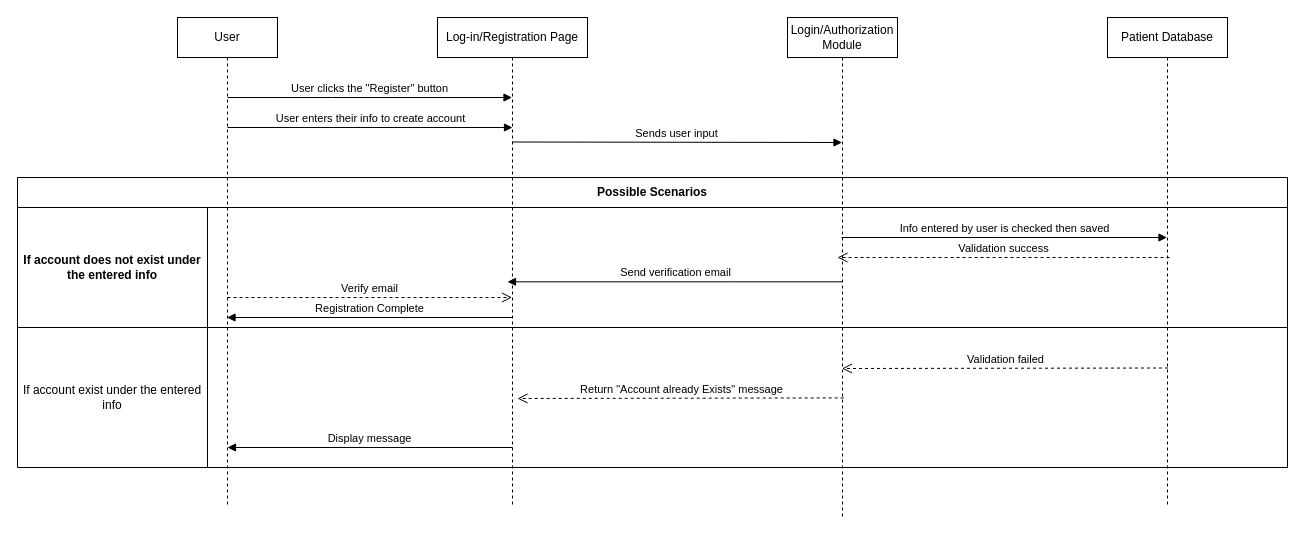
Before: Registration-Sequence-Diagram.drawio in uvic-teach/project-m1-team8, a draw.io diagram. Source tidied: cells renumbered, new cells numbered last; positions are measured from the earlier drawing's top-left corner, leaving out a move shared by most shapes. Both pictures are drawn from the tidied source at 100%, with x=0, y=0 at pixel (17, 17).
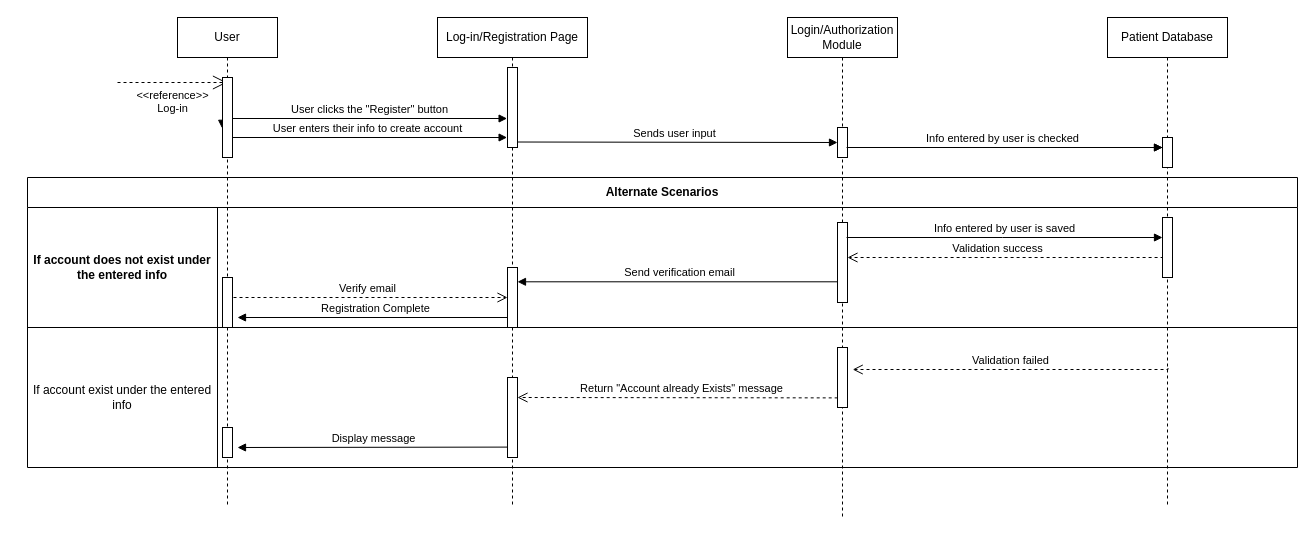
The same page after the edit.

Unchanged cells that the change refers to:
```xml
<mxCell id="9" value="User" style="shape=umlLifeline;perimeter=lifelinePerimeter;whiteSpace=wrap;html=1;outlineConnect=0;portConstraint=eastwest;newEdgeStyle={&quot;edgeStyle&quot;:&quot;elbowEdgeStyle&quot;,&quot;elbow&quot;:&quot;vertical&quot;,&quot;curved&quot;:0,&quot;rounded&quot;:0};" parent="1" vertex="1">
  <mxGeometry x="160" width="100" height="490" as="geometry" />
</mxCell>
<mxCell id="10" value="Patient Database" style="shape=umlLifeline;perimeter=lifelinePerimeter;whiteSpace=wrap;html=1;outlineConnect=0;portConstraint=eastwest;newEdgeStyle={&quot;edgeStyle&quot;:&quot;elbowEdgeStyle&quot;,&quot;elbow&quot;:&quot;vertical&quot;,&quot;curved&quot;:0,&quot;rounded&quot;:0};" parent="1" vertex="1">
  <mxGeometry x="1090" width="120" height="490" as="geometry" />
</mxCell>
<mxCell id="12" value="Log-in/Registration Page" style="shape=umlLifeline;perimeter=lifelinePerimeter;whiteSpace=wrap;html=1;outlineConnect=0;portConstraint=eastwest;newEdgeStyle={&quot;edgeStyle&quot;:&quot;elbowEdgeStyle&quot;,&quot;elbow&quot;:&quot;vertical&quot;,&quot;curved&quot;:0,&quot;rounded&quot;:0};" parent="1" vertex="1">
  <mxGeometry x="420" width="150" height="490" as="geometry" />
</mxCell>
<mxCell id="13" value="Login/Authorization Module" style="shape=umlLifeline;perimeter=lifelinePerimeter;whiteSpace=wrap;html=1;outlineConnect=0;portConstraint=eastwest;newEdgeStyle={&quot;edgeStyle&quot;:&quot;elbowEdgeStyle&quot;,&quot;elbow&quot;:&quot;vertical&quot;,&quot;curved&quot;:0,&quot;rounded&quot;:0};" parent="1" vertex="1">
  <mxGeometry x="770" width="110" height="500" as="geometry" />
</mxCell>
```

Diff of the diagram source:
```diff
@@
-    <mxCell id="2" value="Possible Scenarios" style="shape=table;startSize=30;childLayout=tableLayout;rowLines=0;fontStyle=1;align=center;html=1;whiteSpace=wrap;" parent="1" vertex="1">
-      <mxGeometry y="160" width="1270" height="290" as="geometry" />
+    <mxCell id="2" value="Alternate Scenarios" style="shape=table;startSize=30;childLayout=tableLayout;rowLines=0;fontStyle=1;align=center;html=1;whiteSpace=wrap;" parent="1" vertex="1">
+      <mxGeometry x="10" y="160" width="1270" height="290" as="geometry" />
     </mxCell>
@@
-    <mxCell id="11" value="User clicks the &quot;Register&quot; button" style="html=1;verticalAlign=bottom;endArrow=block;edgeStyle=elbowEdgeStyle;elbow=vertical;curved=0;rounded=0;" parent="1" edge="1" target="12">
-      <mxGeometry relative="1" as="geometry">
-        <mxPoint x="210" y="80" as="sourcePoint" />
-      </mxGeometry>
+    <mxCell id="11" value="User clicks the &quot;Register&quot; button" style="html=1;verticalAlign=bottom;endArrow=block;edgeStyle=elbowEdgeStyle;elbow=vertical;curved=0;rounded=0;entryX=-0.04;entryY=0.635;entryDx=0;entryDy=0;entryPerimeter=0;" parent="1" edge="1" source="34" target="24">
+      <mxGeometry relative="1" as="geometry" />
     </mxCell>
@@
-    <mxCell id="14" value="User enters their info to create account" style="html=1;verticalAlign=bottom;endArrow=block;edgeStyle=elbowEdgeStyle;elbow=vertical;curved=0;rounded=0;" parent="1" edge="1">
+    <mxCell id="14" value="User enters their info to create account" style="html=1;verticalAlign=bottom;endArrow=block;edgeStyle=elbowEdgeStyle;elbow=vertical;curved=0;rounded=0;entryX=-0.04;entryY=0.865;entryDx=0;entryDy=0;entryPerimeter=0;" parent="1" edge="1" target="24">
       <mxGeometry relative="1" as="geometry">
-        <mxPoint x="210" y="110" as="sourcePoint" />
-        <mxPoint x="495" y="110.4" as="targetPoint" />
+        <mxPoint x="210" y="120" as="sourcePoint" />
         <Array as="points">
-          <mxPoint x="215.5" y="110" />
+          <mxPoint x="215.5" y="120" />
         </Array>
       </mxGeometry>
     </mxCell>
-    <mxCell id="15" value="Sends user input" style="html=1;verticalAlign=bottom;endArrow=block;edgeStyle=elbowEdgeStyle;elbow=vertical;curved=0;rounded=0;" parent="1" edge="1" target="13">
+    <mxCell id="15" value="Sends user input" style="html=1;verticalAlign=bottom;endArrow=block;edgeStyle=elbowEdgeStyle;elbow=vertical;curved=0;rounded=0;entryX=0;entryY=0.5;entryDx=0;entryDy=0;" parent="1" edge="1" target="26">
       <mxGeometry relative="1" as="geometry">
         <mxPoint x="494.5" y="124.5" as="sourcePoint" />
         <Array as="points">
           <mxPoint x="660" y="125" />
           <mxPoint x="545.5" y="34.5" />
         </Array>
       </mxGeometry>
     </mxCell>
-    <mxCell id="16" value="Registration Complete" style="html=1;verticalAlign=bottom;endArrow=block;edgeStyle=elbowEdgeStyle;elbow=vertical;curved=0;rounded=0;" parent="1" edge="1" source="12" target="9">
+    <mxCell id="16" value="Registration Complete" style="html=1;verticalAlign=bottom;endArrow=block;edgeStyle=elbowEdgeStyle;elbow=vertical;curved=0;rounded=0;" parent="1" edge="1" source="12">
       <mxGeometry relative="1" as="geometry">
+        <mxPoint x="220" y="300" as="targetPoint" />
         <Array as="points">
           <mxPoint x="390.5" y="300" />
           <mxPoint x="510.5" y="290" />
         </Array>
       </mxGeometry>
     </mxCell>
-    <mxCell id="17" value="Send verification email" style="html=1;verticalAlign=bottom;endArrow=block;edgeStyle=elbowEdgeStyle;elbow=vertical;curved=0;rounded=0;" parent="1" edge="1" source="13">
+    <mxCell id="17" value="Send verification email" style="html=1;verticalAlign=bottom;endArrow=block;edgeStyle=elbowEdgeStyle;elbow=vertical;curved=0;rounded=0;entryX=1;entryY=0.25;entryDx=0;entryDy=0;" parent="1" edge="1" source="13" target="27">
       <mxGeometry relative="1" as="geometry">
-        <mxPoint x="490" y="264.3" as="targetPoint" />
         <Array as="points">
           <mxPoint x="716" y="264.3" />
           <mxPoint x="836" y="254.3" />
         </Array>
       </mxGeometry>
     </mxCell>
-    <mxCell id="18" value="Info entered by user is checked then saved" style="html=1;verticalAlign=bottom;endArrow=block;edgeStyle=elbowEdgeStyle;elbow=vertical;curved=0;rounded=0;" parent="1" edge="1" target="10">
+    <mxCell id="18" value="Info entered by user is checked" style="html=1;verticalAlign=bottom;endArrow=block;edgeStyle=elbowEdgeStyle;elbow=vertical;curved=0;rounded=0;" parent="1" edge="1" source="39">
       <mxGeometry relative="1" as="geometry">
-        <mxPoint x="824.1" y="220" as="sourcePoint" />
+        <mxPoint x="1145" y="130" as="targetPoint" />
         <Array as="points">
-          <mxPoint x="980" y="220" />
+          <mxPoint x="985" y="130" />
         </Array>
       </mxGeometry>
     </mxCell>
-    <mxCell id="19" value="Validation success" style="html=1;verticalAlign=bottom;endArrow=open;dashed=1;endSize=8;edgeStyle=elbowEdgeStyle;elbow=vertical;curved=0;rounded=0;" parent="1" edge="1">
-      <mxGeometry relative="1" as="geometry">
-        <mxPoint x="1152.1" y="240" as="sourcePoint" />
+    <mxCell id="19" value="Validation success" style="html=1;verticalAlign=bottom;endArrow=open;dashed=1;endSize=8;edgeStyle=elbowEdgeStyle;elbow=vertical;curved=0;rounded=0;" parent="1" edge="1" source="29">
+      <mxGeometry x="-0.99" y="-160" relative="1" as="geometry">
         <mxPoint x="820" y="239.6" as="targetPoint" />
       </mxGeometry>
     </mxCell>
-    <mxCell id="20" value="Display message" style="html=1;verticalAlign=bottom;endArrow=block;edgeStyle=elbowEdgeStyle;elbow=vertical;curved=0;rounded=0;" parent="1" edge="1">
+    <mxCell id="20" value="Display message" style="html=1;verticalAlign=bottom;endArrow=block;edgeStyle=elbowEdgeStyle;elbow=vertical;curved=0;rounded=0;exitX=0.12;exitY=0.87;exitDx=0;exitDy=0;exitPerimeter=0;" parent="1" edge="1" source="35">
       <mxGeometry relative="1" as="geometry">
-        <mxPoint x="495" y="430" as="sourcePoint" />
-        <mxPoint x="210" y="430" as="targetPoint" />
+        <mxPoint x="220" y="430" as="targetPoint" />
         <Array as="points">
-          <mxPoint x="390.5" y="430" />
-          <mxPoint x="510.5" y="420" />
+          <mxPoint x="370.5" y="430" />
+          <mxPoint x="490.5" y="420" />
         </Array>
       </mxGeometry>
     </mxCell>
-    <mxCell id="21" value="Return &quot;Account already Exists&quot; message" style="html=1;verticalAlign=bottom;endArrow=open;dashed=1;endSize=8;edgeStyle=elbowEdgeStyle;elbow=vertical;curved=0;rounded=0;" parent="1" edge="1">
+    <mxCell id="21" value="Return &quot;Account already Exists&quot; message" style="html=1;verticalAlign=bottom;endArrow=open;dashed=1;endSize=8;edgeStyle=elbowEdgeStyle;elbow=vertical;curved=0;rounded=0;entryX=1;entryY=0.25;entryDx=0;entryDy=0;" parent="1" edge="1" target="35">
       <mxGeometry relative="1" as="geometry">
         <mxPoint x="826.2" y="380.4" as="sourcePoint" />
-        <mxPoint x="500" y="380.9" as="targetPoint" />
       </mxGeometry>
     </mxCell>
-    <mxCell id="22" value="Validation failed" style="html=1;verticalAlign=bottom;endArrow=open;dashed=1;endSize=8;edgeStyle=elbowEdgeStyle;elbow=vertical;curved=0;rounded=0;" parent="1" edge="1" target="13">
+    <mxCell id="22" value="Validation failed" style="html=1;verticalAlign=bottom;endArrow=open;dashed=1;endSize=8;edgeStyle=elbowEdgeStyle;elbow=vertical;curved=0;rounded=0;entryX=1.52;entryY=0.38;entryDx=0;entryDy=0;entryPerimeter=0;" parent="1" edge="1" target="32">
       <mxGeometry relative="1" as="geometry">
         <mxPoint x="1150.5" y="350.5" as="sourcePoint" />
       </mxGeometry>
     </mxCell>
-    <mxCell id="23" value="Verify email" style="html=1;verticalAlign=bottom;endArrow=open;dashed=1;endSize=8;edgeStyle=elbowEdgeStyle;elbow=vertical;curved=0;rounded=0;" parent="1" edge="1" target="12">
+    <mxCell id="23" value="Verify email" style="html=1;verticalAlign=bottom;endArrow=open;dashed=1;endSize=8;edgeStyle=elbowEdgeStyle;elbow=vertical;curved=0;rounded=0;entryX=0;entryY=0.5;entryDx=0;entryDy=0;" parent="1" edge="1" target="27">
       <mxGeometry relative="1" as="geometry">
         <mxPoint x="210" y="280" as="sourcePoint" />
         <Array as="points">
           <mxPoint x="260" y="280" />
         </Array>
       </mxGeometry>
     </mxCell>
+    <mxCell id="24" style="rounded=0;whiteSpace=wrap;html=1;" parent="1" vertex="1">
+      <mxGeometry x="490" y="50" width="10" height="80" as="geometry" />
+    </mxCell>
+    <mxCell id="25" value="&amp;lt;&amp;lt;reference&amp;gt;&amp;gt;&lt;br&gt;Log-in" style="edgeStyle=none;html=1;endArrow=open;endSize=12;dashed=1;verticalAlign=top;rounded=0;" parent="1" edge="1" target="9">
+      <mxGeometry relative="1" as="geometry">
+        <mxPoint x="100" y="65" as="sourcePoint" />
+      </mxGeometry>
+    </mxCell>
+    <mxCell id="26" style="rounded=0;whiteSpace=wrap;html=1;" parent="1" vertex="1">
+      <mxGeometry x="820" y="110" width="10" height="30" as="geometry" />
+    </mxCell>
+    <mxCell id="27" style="rounded=0;whiteSpace=wrap;html=1;" parent="1" vertex="1">
+      <mxGeometry x="490" y="250" width="10" height="60" as="geometry" />
+    </mxCell>
+    <mxCell id="28" style="html=1;verticalAlign=bottom;endArrow=open;dashed=1;endSize=8;edgeStyle=elbowEdgeStyle;elbow=vertical;curved=0;rounded=0;" parent="1" edge="1" target="29">
+      <mxGeometry relative="1" as="geometry">
+        <mxPoint x="1152.1" y="240" as="sourcePoint" />
+      </mxGeometry>
+    </mxCell>
+    <mxCell id="29" style="rounded=0;whiteSpace=wrap;html=1;" parent="1" vertex="1">
+      <mxGeometry x="820" y="205" width="10" height="80" as="geometry" />
+    </mxCell>
+    <mxCell id="30" style="rounded=0;whiteSpace=wrap;html=1;" parent="1" vertex="1">
+      <mxGeometry x="1145" y="200" width="10" height="60" as="geometry" />
+    </mxCell>
+    <mxCell id="31" style="rounded=0;whiteSpace=wrap;html=1;" parent="1" vertex="1">
+      <mxGeometry x="205" y="260" width="10" height="50" as="geometry" />
+    </mxCell>
+    <mxCell id="32" style="rounded=0;whiteSpace=wrap;html=1;" parent="1" vertex="1">
+      <mxGeometry x="820" y="330" width="10" height="60" as="geometry" />
+    </mxCell>
+    <mxCell id="33" style="html=1;verticalAlign=bottom;endArrow=block;edgeStyle=elbowEdgeStyle;elbow=vertical;curved=0;rounded=0;entryX=-0.04;entryY=0.635;entryDx=0;entryDy=0;entryPerimeter=0;" parent="1" edge="1" target="34">
+      <mxGeometry relative="1" as="geometry">
+        <mxPoint x="210" y="100" as="sourcePoint" />
+      </mxGeometry>
+    </mxCell>
+    <mxCell id="34" style="rounded=0;whiteSpace=wrap;html=1;" parent="1" vertex="1">
+      <mxGeometry x="205" y="60" width="10" height="80" as="geometry" />
+    </mxCell>
+    <mxCell id="35" style="rounded=0;whiteSpace=wrap;html=1;" parent="1" vertex="1">
+      <mxGeometry x="490" y="360" width="10" height="80" as="geometry" />
+    </mxCell>
+    <mxCell id="36" style="rounded=0;whiteSpace=wrap;html=1;" parent="1" vertex="1">
+      <mxGeometry x="205" y="410" width="10" height="30" as="geometry" />
+    </mxCell>
+    <mxCell id="37" value="Info entered by user is saved" style="html=1;verticalAlign=bottom;endArrow=block;edgeStyle=elbowEdgeStyle;elbow=vertical;curved=0;rounded=0;" parent="1" edge="1">
+      <mxGeometry relative="1" as="geometry">
+        <mxPoint x="829.1" y="220" as="sourcePoint" />
+        <mxPoint x="1145" y="220" as="targetPoint" />
+        <Array as="points">
+          <mxPoint x="985" y="220" />
+        </Array>
+      </mxGeometry>
+    </mxCell>
+    <mxCell id="38" style="html=1;verticalAlign=bottom;endArrow=block;edgeStyle=elbowEdgeStyle;elbow=vertical;curved=0;rounded=0;" parent="1" edge="1" target="39">
+      <mxGeometry relative="1" as="geometry">
+        <mxPoint x="829.1" y="130" as="sourcePoint" />
+      </mxGeometry>
+    </mxCell>
+    <mxCell id="39" style="rounded=0;whiteSpace=wrap;html=1;" parent="1" vertex="1">
+      <mxGeometry x="1145" y="120" width="10" height="30" as="geometry" />
+    </mxCell>
```
